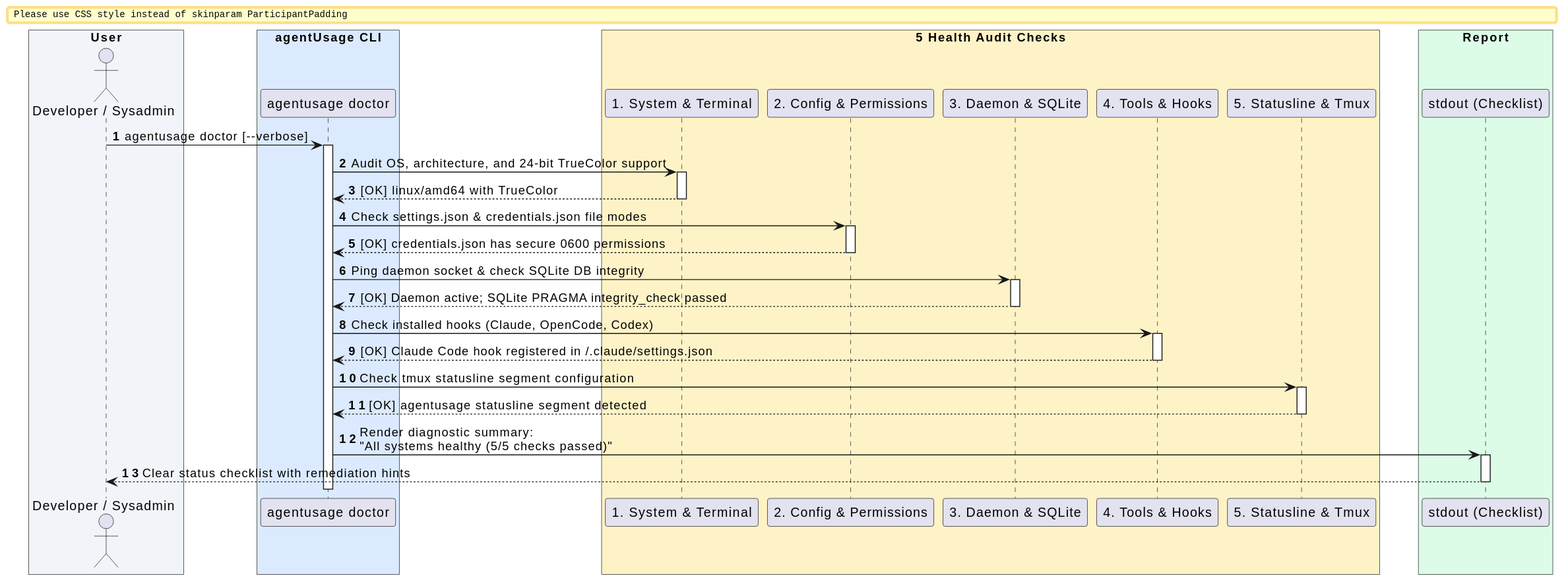
This is docs/diagrams/user_09_doctor_diagnostics.svg from nurulislamz/agentusage, a PlantUML export, as it was before one commit.
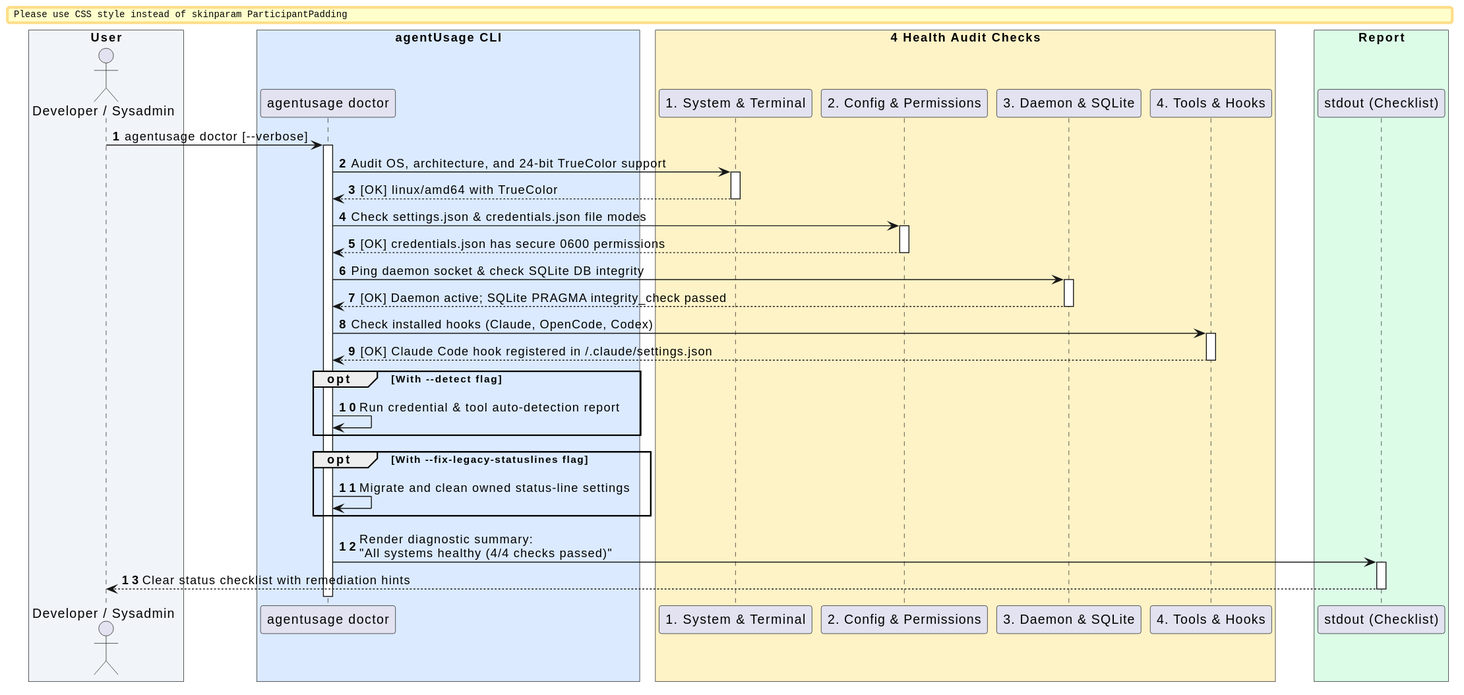
The same file after the commit.

Change to the diagram source:
```diff
@@ -11,12 +11,11 @@
     participant Doctor as "agentusage doctor"
 end box
 
-box "5 Health Audit Checks" #FEF3C7
+box "4 Health Audit Checks" #FEF3C7
     participant Sys as "1. System & Terminal"
     participant Sec as "2. Config & Permissions"
     participant Daemon as "3. Daemon & SQLite"
     participant Hooks as "4. Tools & Hooks"
-    participant Tmux as "5. Statusline & Tmux"
 end box
 
 box "Report" #DCFCE7
@@ -46,12 +45,15 @@
 Hooks --> Doctor : [OK] Claude Code hook registered in ~/.claude/settings.json
 deactivate Hooks
 
-Doctor -> Tmux : Check tmux statusline segment configuration
-activate Tmux
-Tmux --> Doctor : [OK] agentusage statusline segment detected
-deactivate Tmux
+opt With --detect flag
+    Doctor -> Doctor : Run credential & tool auto-detection report
+end
 
-Doctor -> Stdout : Render diagnostic summary:\n"All systems healthy (5/5 checks passed)"
+opt With --fix-legacy-statuslines flag
+    Doctor -> Doctor : Migrate and clean owned status-line settings
+end
+
+Doctor -> Stdout : Render diagnostic summary:\n"All systems healthy (4/4 checks passed)"
 activate Stdout
 Stdout --> User : Clear status checklist with remediation hints
 deactivate Stdout
```
